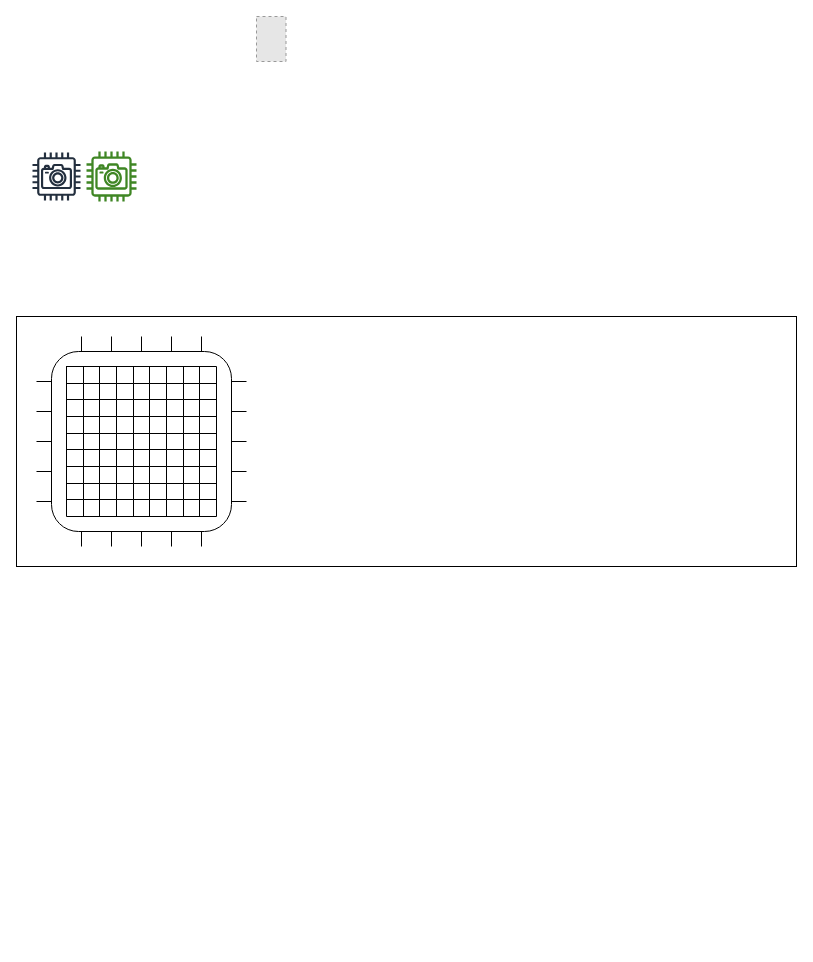
Above: Untitled Diagram.drawio in sunshangquan/yolov4-pytorch (draw.io), before the change. Source tidied: cells renumbered, new cells numbered last; positions are measured from the earlier drawing's top-left corner, leaving out a move shared by most shapes. Both pictures are drawn from the tidied source at 100%, with x=0, y=0 at pixel (16, 16). Pictures stored in the file or linked from it are replaced by grey dashed boxes.
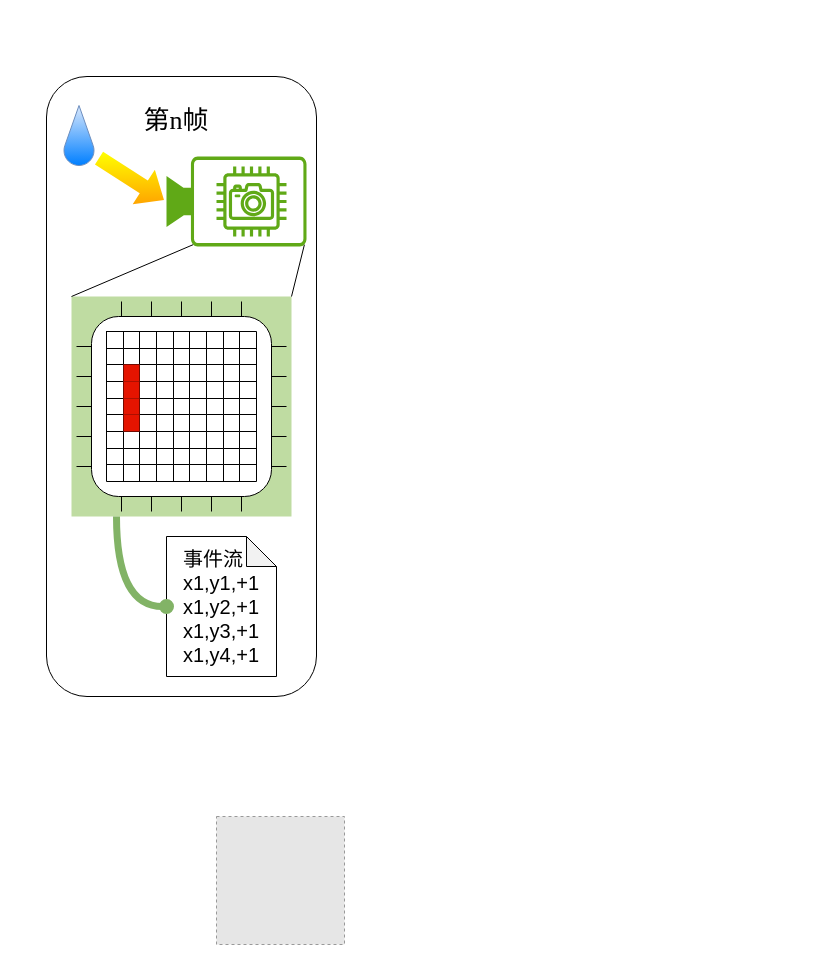
The same page after the edit.

Unchanged cells that the change refers to:
```xml
<mxCell id="39" style="shape=tableRow;horizontal=0;startSize=0;swimlaneHead=0;swimlaneBody=0;strokeColor=inherit;top=0;left=0;bottom=0;right=0;fillColor=none;fontSize=16;" parent="18" vertex="1">
  <mxGeometry y="33" width="150" height="17" as="geometry" />
</mxCell>
<mxCell id="49" style="shape=tableRow;horizontal=0;startSize=0;swimlaneHead=0;swimlaneBody=0;strokeColor=inherit;top=0;left=0;bottom=0;right=0;fillColor=none;fontSize=16;" parent="18" vertex="1">
  <mxGeometry y="50" width="150" height="17" as="geometry" />
</mxCell>
<mxCell id="59" style="shape=tableRow;horizontal=0;startSize=0;swimlaneHead=0;swimlaneBody=0;strokeColor=inherit;top=0;left=0;bottom=0;right=0;fillColor=none;fontSize=16;" parent="18" vertex="1">
  <mxGeometry y="67" width="150" height="16" as="geometry" />
</mxCell>
<mxCell id="69" style="shape=tableRow;horizontal=0;startSize=0;swimlaneHead=0;swimlaneBody=0;strokeColor=inherit;top=0;left=0;bottom=0;right=0;fillColor=none;fontSize=16;" parent="18" vertex="1">
  <mxGeometry y="83" width="150" height="17" as="geometry" />
</mxCell>
```

The edit, as a diff of the source:
```diff
@@
-    <mxCell id="2" style="rounded=0;whiteSpace=wrap;html=1;" parent="1" vertex="1">
-      <mxGeometry y="300" width="780" height="250" as="geometry" />
-    </mxCell>
-    <mxCell id="3" style="sketch=0;fontColor=#232F3E;gradientColor=none;strokeColor=#232F3E;fillColor=#ffffff;dashed=0;verticalLabelPosition=bottom;verticalAlign=top;align=center;html=1;fontSize=12;fontStyle=0;shape=mxgraph.aws4.resourceIcon;resIcon=mxgraph.aws4.camera;" parent="1" vertex="1">
-      <mxGeometry x="10" y="130" width="60" height="60" as="geometry" />
-    </mxCell>
+    <mxCell id="109" style="rounded=1;whiteSpace=wrap;html=1;" parent="1" vertex="1">
+      <mxGeometry x="30" y="60" width="270" height="620" as="geometry" />
+    </mxCell>
+    <mxCell id="110" style="whiteSpace=wrap;html=1;strokeColor=none;fillColor=#60a917;opacity=40;fontColor=#ffffff;" parent="1" vertex="1">
+      <mxGeometry x="55" y="280" width="220" height="220" as="geometry" />
+    </mxCell>
+    <mxCell id="111" style="points=[[0,0.5,0],[0.19,0.02,0],[0.59,0,0],[0.985,0.02,0],[1,0.5,0],[0.985,0.98,0],[0.59,1,0],[0.19,0.98,0]];verticalLabelPosition=bottom;sketch=0;html=1;verticalAlign=top;align=center;shape=mxgraph.cisco19.camera;fillColor=#60a917;strokeColor=#2D7600;fontColor=#ffffff;" parent="1" vertex="1">
+      <mxGeometry x="150" y="140" width="140" height="90" as="geometry" />
+    </mxCell>
-    <mxCell id="4" style="sketch=0;fontColor=#232F3E;gradientColor=none;fillColor=#3F8624;strokeColor=none;dashed=0;verticalLabelPosition=bottom;verticalAlign=top;align=center;html=1;fontSize=12;fontStyle=0;shape=mxgraph.aws4.camera;" parent="1" vertex="1">
-      <mxGeometry x="70" y="135" width="50" height="50" as="geometry" />
+    <mxCell id="4" style="sketch=0;dashed=0;verticalLabelPosition=bottom;verticalAlign=top;align=center;html=1;fontSize=12;fontStyle=0;shape=mxgraph.aws4.camera;fillColor=#60a917;strokeColor=#2D7600;fontColor=#ffffff;" parent="1" vertex="1">
+      <mxGeometry x="200" y="150" width="70" height="70" as="geometry" />
     </mxCell>
-    <mxCell id="5" style="fillColor=#E6E6E6;strokeColor=#999999;dashed=1;html=1;verticalAlign=top;verticalLabelPosition=bottom;labelBackgroundColor=#0000CC;" parent="1" vertex="1">
-      <mxGeometry x="240" width="29.5" height="45" as="geometry" />
-    </mxCell>
     <mxCell id="6" style="group;" parent="1" vertex="1">
-      <mxGeometry x="20" y="320" width="210" height="210" as="geometry" />
+      <mxGeometry x="60" y="285" width="210" height="210" as="geometry" />
     </mxCell>
@@
-    <mxCell id="41" style="shape=partialRectangle;html=1;whiteSpace=wrap;strokeColor=inherit;overflow=hidden;fillColor=none;top=0;left=0;bottom=0;right=0;fontSize=16;" parent="39" vertex="1">
+    <mxCell id="41" style="shape=partialRectangle;html=1;whiteSpace=wrap;strokeColor=#B20000;overflow=hidden;fillColor=#e51400;top=0;left=0;bottom=0;right=0;fontSize=16;fontColor=#ffffff;" parent="39" vertex="1">
       <mxGeometry x="17" width="16" height="17" as="geometry" />
     </mxCell>
@@
-    <mxCell id="51" style="shape=partialRectangle;html=1;whiteSpace=wrap;strokeColor=inherit;overflow=hidden;fillColor=none;top=0;left=0;bottom=0;right=0;fontSize=16;" parent="49" vertex="1">
+    <mxCell id="51" style="shape=partialRectangle;html=1;whiteSpace=wrap;strokeColor=#B20000;overflow=hidden;fillColor=#e51400;top=0;left=0;bottom=0;right=0;fontSize=16;fontColor=#ffffff;" parent="49" vertex="1">
       <mxGeometry x="17" width="16" height="17" as="geometry" />
     </mxCell>
@@
-    <mxCell id="61" style="shape=partialRectangle;html=1;whiteSpace=wrap;strokeColor=inherit;overflow=hidden;fillColor=none;top=0;left=0;bottom=0;right=0;fontSize=16;" parent="59" vertex="1">
+    <mxCell id="61" style="shape=partialRectangle;html=1;whiteSpace=wrap;strokeColor=#B20000;overflow=hidden;fillColor=#e51400;top=0;left=0;bottom=0;right=0;fontSize=16;fontColor=#ffffff;" parent="59" vertex="1">
       <mxGeometry x="17" width="16" height="16" as="geometry" />
     </mxCell>
@@
-    <mxCell id="71" style="shape=partialRectangle;html=1;whiteSpace=wrap;strokeColor=inherit;overflow=hidden;fillColor=none;top=0;left=0;bottom=0;right=0;fontSize=16;" parent="69" vertex="1">
+    <mxCell id="71" style="shape=partialRectangle;html=1;whiteSpace=wrap;strokeColor=#B20000;overflow=hidden;fillColor=#e51400;top=0;left=0;bottom=0;right=0;fontSize=16;fontColor=#ffffff;" parent="69" vertex="1">
       <mxGeometry x="17" width="16" height="17" as="geometry" />
     </mxCell>
@@
+    <mxCell id="112" style="endArrow=block;html=1;rounded=0;entryX=0;entryY=0.5;entryDx=0;entryDy=0;entryPerimeter=0;strokeColor=none;strokeWidth=6;fillColor=#FFFF00;gradientColor=#ffa500;shape=flexArrow;" parent="1" edge="1" target="111">
+      <mxGeometry relative="1" as="geometry">
+        <mxPoint x="80" y="140" as="sourcePoint" />
+      </mxGeometry>
+    </mxCell>
+    <mxCell id="113" style="endArrow=none;html=1;rounded=0;exitX=1;exitY=0;exitDx=0;exitDy=0;entryX=0.985;entryY=0.98;entryDx=0;entryDy=0;entryPerimeter=0;" parent="1" edge="1" source="110" target="111">
+      <mxGeometry relative="1" as="geometry" />
+    </mxCell>
+    <mxCell id="114" style="endArrow=none;html=1;rounded=0;exitX=0;exitY=0;exitDx=0;exitDy=0;entryX=0.19;entryY=0.98;entryDx=0;entryDy=0;entryPerimeter=0;" parent="1" edge="1" source="110" target="111">
+      <mxGeometry relative="1" as="geometry" />
+    </mxCell>
+    <mxCell id="115" style="verticalLabelPosition=bottom;verticalAlign=top;html=1;shape=mxgraph.basic.drop;fillColor=#dae8fc;strokeColor=#6c8ebf;gradientColor=#007FFF;" parent="1" vertex="1">
+      <mxGeometry x="47.5" y="89" width="30" height="60" as="geometry" />
+    </mxCell>
+    <mxCell id="116" value="&lt;font face=&quot;Times New Roman&quot; style=&quot;font-size: 26px;&quot;&gt;第n帧&lt;/font&gt;" style="text;html=1;strokeColor=none;fillColor=none;align=center;verticalAlign=middle;whiteSpace=wrap;rounded=0;fontSize=26;" parent="1" vertex="1">
+      <mxGeometry x="85" y="89" width="150" height="30" as="geometry" />
+    </mxCell>
+    <mxCell id="117" value="&lt;div style=&quot;text-align: left;&quot;&gt;&lt;span style=&quot;background-color: initial; font-size: 20px;&quot;&gt;事件流&lt;/span&gt;&lt;/div&gt;&lt;span style=&quot;font-size: 20px; background-color: initial;&quot;&gt;x1,y1,+1&lt;/span&gt;&lt;br&gt;&lt;span style=&quot;font-size: 20px; background-color: initial;&quot;&gt;x1,y2,+1&lt;/span&gt;&lt;br&gt;&lt;span style=&quot;font-size: 20px; background-color: initial;&quot;&gt;x1,y3,+1&lt;/span&gt;&lt;br&gt;&lt;span style=&quot;font-size: 20px; background-color: initial;&quot;&gt;x1,y4,+1&lt;/span&gt;" style="shape=note;whiteSpace=wrap;html=1;backgroundOutline=1;darkOpacity=0.05;align=center;" parent="1" vertex="1">
+      <mxGeometry x="150" y="520" width="110" height="140" as="geometry" />
+    </mxCell>
+    <mxCell id="118" style="fillColor=#E6E6E6;strokeColor=#999999;dashed=1;html=1;verticalAlign=top;verticalLabelPosition=bottom;labelBackgroundColor=#ffffff;" parent="1" vertex="1">
+      <mxGeometry x="200" y="800" width="128" height="128" as="geometry" />
+    </mxCell>
+    <mxCell id="119" style="edgeStyle=orthogonalEdgeStyle;endArrow=oval;html=1;curved=1;rounded=0;endSize=8;startSize=8;entryX=0;entryY=0.5;entryDx=0;entryDy=0;entryPerimeter=0;strokeWidth=7;fillColor=#d5e8d4;strokeColor=#82b366;gradientColor=#97d077;endFill=1;" parent="1" edge="1" target="117">
+      <mxGeometry relative="1" as="geometry">
+        <mxPoint x="100" y="500" as="sourcePoint" />
+        <Array as="points">
+          <mxPoint x="100" y="590" />
+        </Array>
+      </mxGeometry>
+    </mxCell>
```
